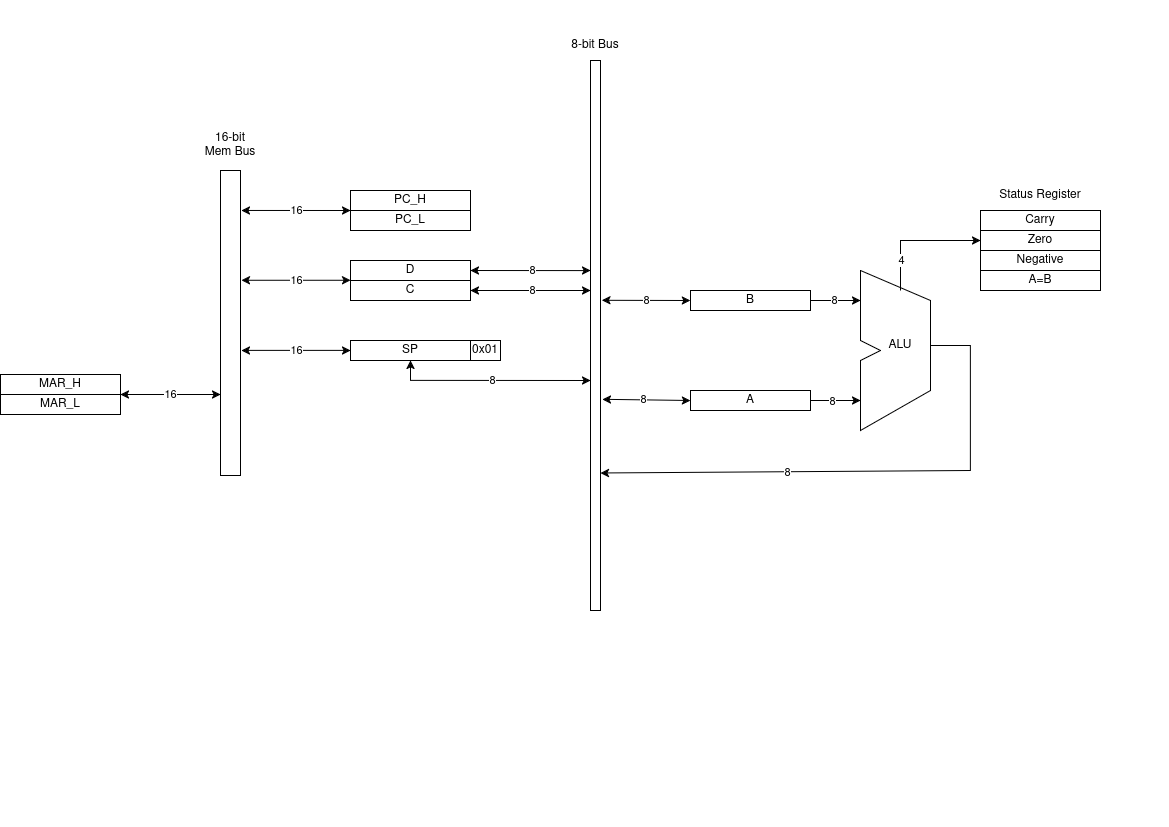
Earlier version of the draw.io export BlockDiagram.drawio.png (Speiburger/CPU). Source tidied: cells renumbered, new cells last; positions are measured from the earlier drawing's top-left corner, leaving out a move shared by most shapes.
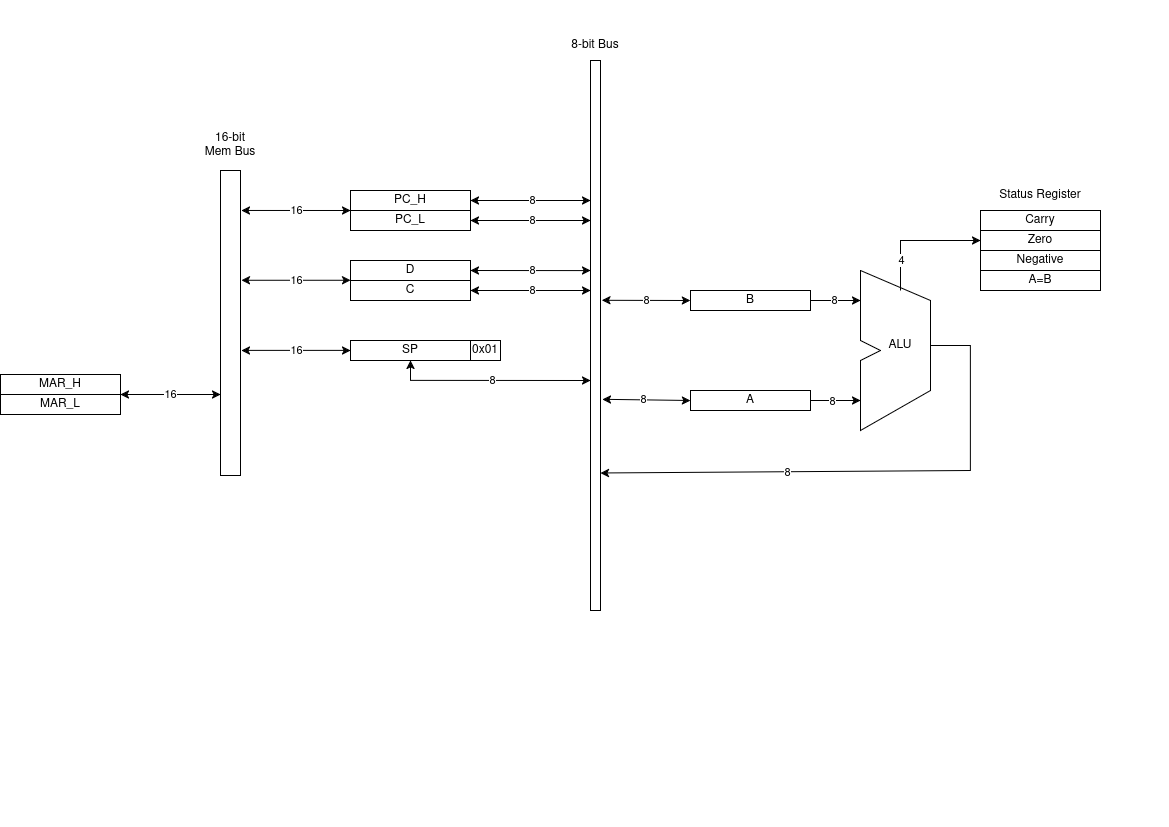
Above is the later version.

Diff of the diagram source:
```diff
@@ -174,5 +174,23 @@
     <mxCell id="44" value="A=B" style="rounded=0;whiteSpace=wrap;html=1;" parent="1" vertex="1">
       <mxGeometry x="980" y="240" width="120" height="20" as="geometry" />
     </mxCell>
+    <mxCell id="45" style="endArrow=classic;startArrow=classic;html=1;rounded=0;exitX=1;exitY=0.5;exitDx=0;exitDy=0;entryX=0;entryY=0.382;entryDx=0;entryDy=0;entryPerimeter=0;" parent="1" edge="1">
+      <mxGeometry relative="1" as="geometry">
+        <mxPoint x="470" y="170" as="sourcePoint" />
+        <mxPoint x="590" y="170" as="targetPoint" />
+      </mxGeometry>
+    </mxCell>
+    <mxCell id="46" value="8" style="edgeLabel;html=1;align=center;verticalAlign=middle;" parent="45" vertex="1">
+      <mxGeometry x="0.01" y="1" relative="1" as="geometry" />
+    </mxCell>
+    <mxCell id="47" style="endArrow=classic;startArrow=classic;html=1;rounded=0;exitX=1;exitY=0.5;exitDx=0;exitDy=0;entryX=0;entryY=0.382;entryDx=0;entryDy=0;entryPerimeter=0;" parent="1" edge="1">
+      <mxGeometry relative="1" as="geometry">
+        <mxPoint x="470" y="190" as="sourcePoint" />
+        <mxPoint x="590" y="190" as="targetPoint" />
+      </mxGeometry>
+    </mxCell>
+    <mxCell id="48" value="8" style="edgeLabel;html=1;align=center;verticalAlign=middle;" parent="47" vertex="1">
+      <mxGeometry x="0.01" y="1" relative="1" as="geometry" />
+    </mxCell>
   </root>
 </mxGraphModel>
```
